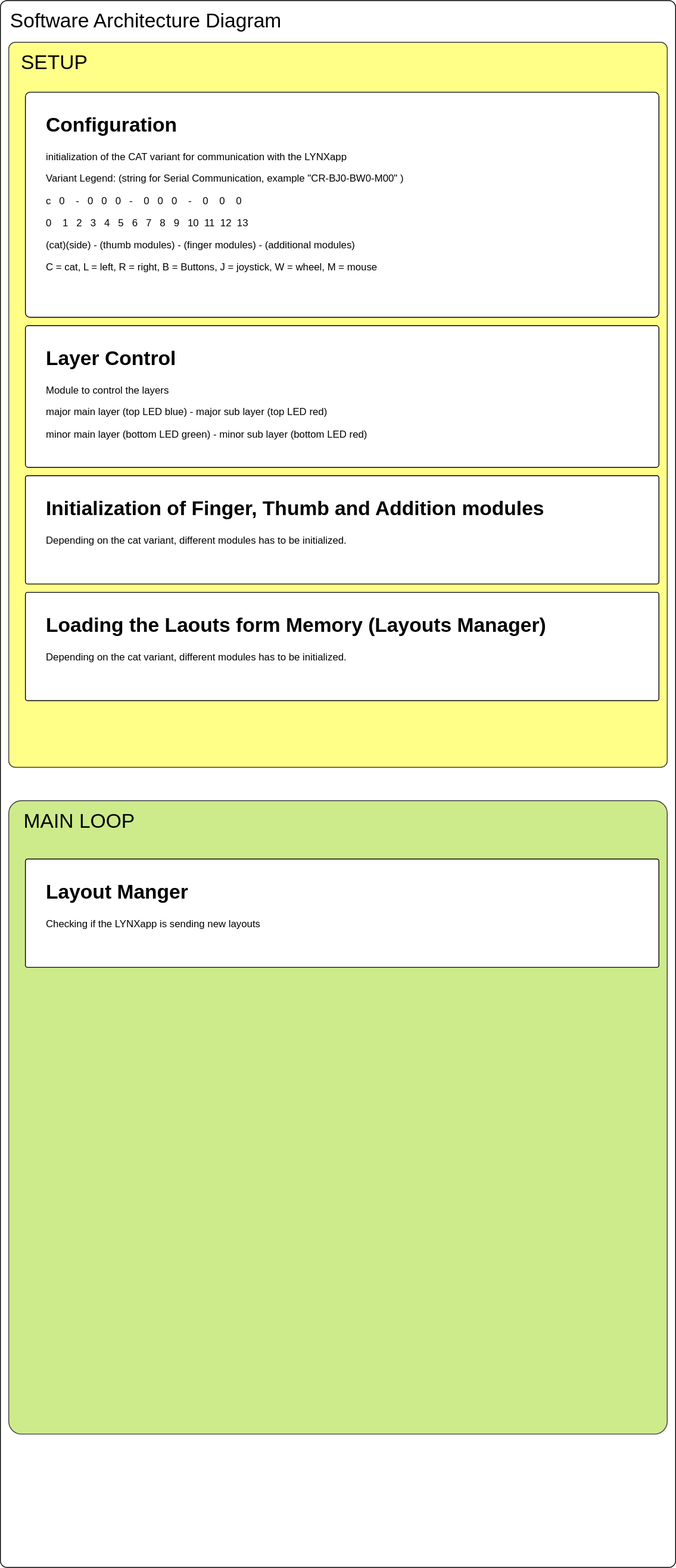
The draw.io diagram images/SAD.svg in ApeDevil/dev-CAT, before a commit. Source tidied: cells renumbered, new cells last; positions are measured from the earlier drawing's top-left corner, leaving out a move shared by most shapes.
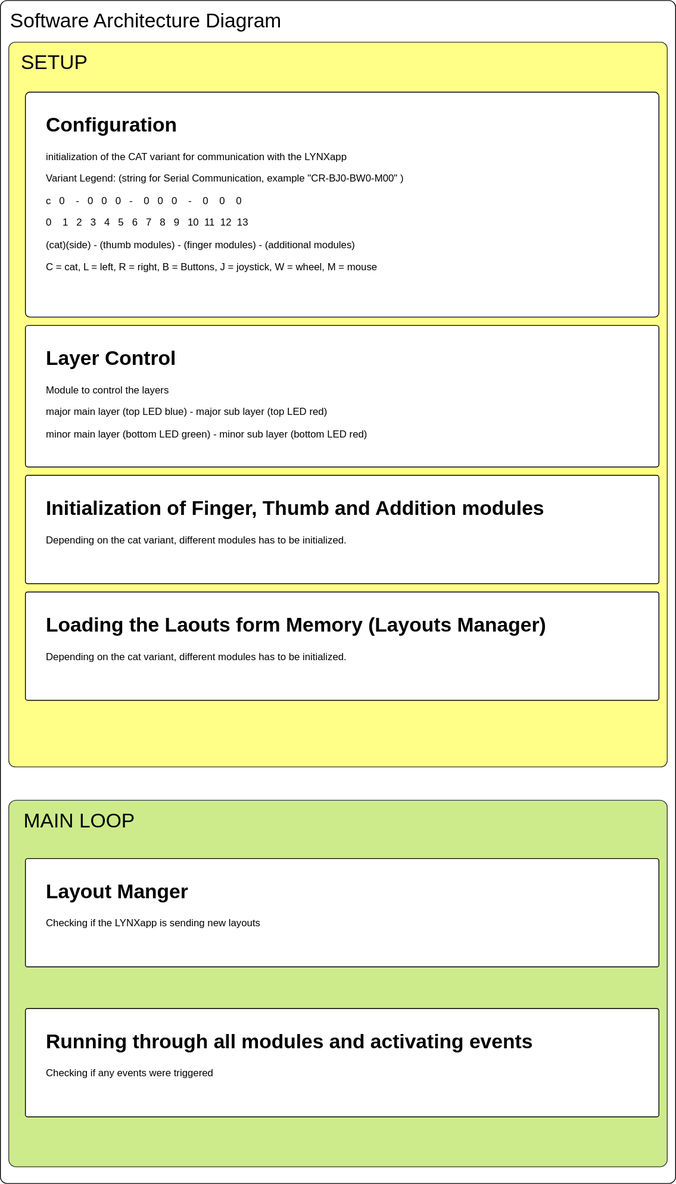
Above is the later version.

What changed in the source:
```diff
@@ -3,7 +3,7 @@
     <mxCell id="0" />
     <mxCell id="1" parent="0" />
     <mxCell id="2" style="rounded=1;whiteSpace=wrap;html=1;arcSize=1;" parent="1" vertex="1">
-      <mxGeometry width="810" height="1880" as="geometry" />
+      <mxGeometry width="810" height="1420" as="geometry" />
     </mxCell>
     <mxCell id="3" value="&lt;div&gt;Software Architecture Diagram&lt;/div&gt;" style="text;html=1;strokeColor=none;fillColor=none;align=left;verticalAlign=middle;whiteSpace=wrap;rounded=0;fontSize=24;" parent="1" vertex="1">
       <mxGeometry x="10" y="10" width="570" height="30" as="geometry" />
@@ -12,7 +12,7 @@
       <mxGeometry x="10" y="50" width="790" height="870" as="geometry" />
     </mxCell>
     <mxCell id="5" style="rounded=1;whiteSpace=wrap;html=1;fillColor=#cdeb8b;strokeColor=#36393d;arcSize=2;" parent="1" vertex="1">
-      <mxGeometry x="10" y="960" width="790" height="760" as="geometry" />
+      <mxGeometry x="10" y="960" width="790" height="440" as="geometry" />
     </mxCell>
     <mxCell id="6" value="SETUP" style="text;html=1;strokeColor=none;fillColor=none;align=center;verticalAlign=middle;whiteSpace=wrap;rounded=0;fontSize=24;fontColor=#000000;" parent="1" vertex="1">
       <mxGeometry x="20" y="60" width="90" height="30" as="geometry" />
@@ -50,5 +50,11 @@
     <mxCell id="17" value="&lt;h1&gt;Layout Manger&lt;/h1&gt;&lt;p&gt;Checking if the LYNXapp is sending new layouts&lt;/p&gt;&lt;div&gt;&lt;br&gt;&lt;/div&gt;" style="text;html=1;strokeColor=none;fillColor=none;spacing=5;spacingTop=-20;whiteSpace=wrap;overflow=hidden;rounded=0;" parent="1" vertex="1">
       <mxGeometry x="50" y="1050" width="610" height="90" as="geometry" />
     </mxCell>
+    <mxCell id="18" style="rounded=1;whiteSpace=wrap;html=1;arcSize=2;" parent="1" vertex="1">
+      <mxGeometry x="30" y="1210" width="760" height="130" as="geometry" />
+    </mxCell>
+    <mxCell id="19" value="&lt;h1&gt;Running through all modules and activating events&lt;/h1&gt;&lt;p&gt;Checking if any events were triggered&amp;nbsp;&lt;/p&gt;&lt;div&gt;&lt;br&gt;&lt;/div&gt;" style="text;html=1;strokeColor=none;fillColor=none;spacing=5;spacingTop=-20;whiteSpace=wrap;overflow=hidden;rounded=0;" parent="1" vertex="1">
+      <mxGeometry x="50" y="1230" width="710" height="90" as="geometry" />
+    </mxCell>
   </root>
 </mxGraphModel>
```
